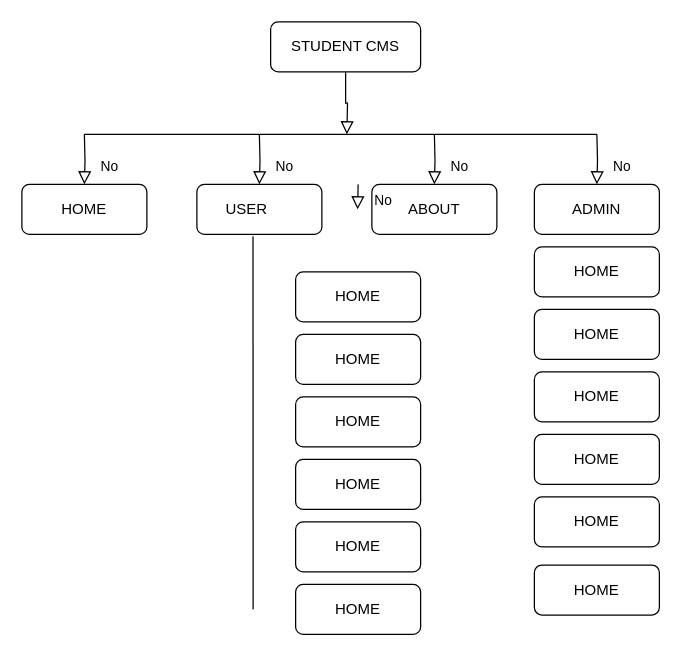
Collinsbrown7723/AduinoBank keeps this draw.io diagram as final_year_project_flow.drawio. Above is the earlier version. Source tidied: cells renumbered, new cells numbered last; positions are measured from the earlier drawing's top-left corner, leaving out a move shared by most shapes. Both pictures are drawn from the tidied source at 125%, with x=0, y=0 at pixel (21, 21).
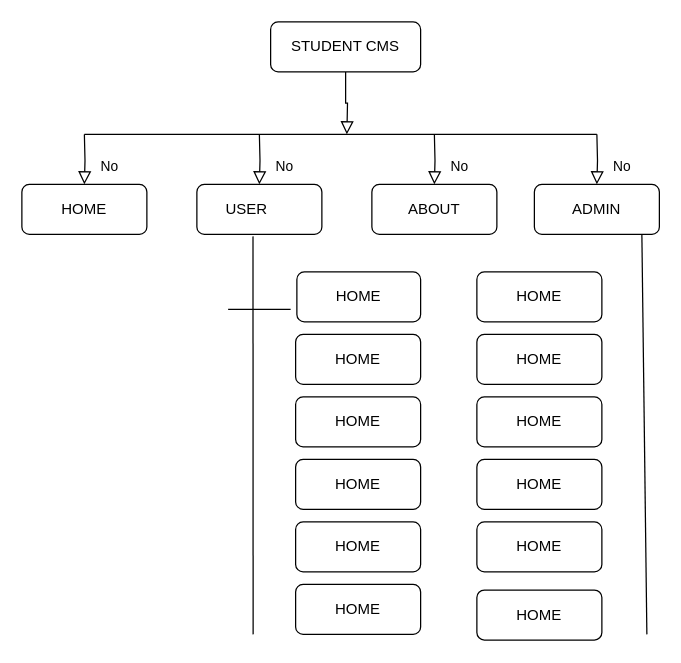
The same page after the edit.

Unchanged cells that the change refers to:
```xml
<mxCell id="6" value="USER&lt;span style=&quot;white-space: pre;&quot;&gt;&#9;&lt;/span&gt;" style="rounded=1;whiteSpace=wrap;html=1;" parent="1" vertex="1">
  <mxGeometry x="140" y="130" width="100" height="40" as="geometry" />
</mxCell>
```

Change to the diagram source:
```diff
@@
     <mxCell id="13" value="HOME" style="rounded=1;whiteSpace=wrap;html=1;" parent="1" vertex="1">
-      <mxGeometry x="219" y="200" width="100" height="40" as="geometry" />
+      <mxGeometry x="220" y="200" width="99" height="40" as="geometry" />
     </mxCell>
@@
     <mxCell id="19" value="HOME" style="rounded=1;whiteSpace=wrap;html=1;" parent="1" vertex="1">
-      <mxGeometry x="410" y="230" width="100" height="40" as="geometry" />
+      <mxGeometry x="364" y="250" width="100" height="40" as="geometry" />
     </mxCell>
     <mxCell id="20" value="HOME" style="rounded=1;whiteSpace=wrap;html=1;" parent="1" vertex="1">
-      <mxGeometry x="410" y="280" width="100" height="40" as="geometry" />
+      <mxGeometry x="364" y="300" width="100" height="40" as="geometry" />
     </mxCell>
     <mxCell id="21" value="HOME" style="rounded=1;whiteSpace=wrap;html=1;" parent="1" vertex="1">
-      <mxGeometry x="410" y="330" width="100" height="40" as="geometry" />
+      <mxGeometry x="364" y="350" width="100" height="40" as="geometry" />
     </mxCell>
     <mxCell id="22" value="HOME" style="rounded=1;whiteSpace=wrap;html=1;" parent="1" vertex="1">
-      <mxGeometry x="410" y="380" width="100" height="40" as="geometry" />
+      <mxGeometry x="364" y="400" width="100" height="40" as="geometry" />
     </mxCell>
     <mxCell id="23" value="HOME" style="rounded=1;whiteSpace=wrap;html=1;" parent="1" vertex="1">
-      <mxGeometry x="410" y="434.5" width="100" height="40" as="geometry" />
+      <mxGeometry x="364" y="454.5" width="100" height="40" as="geometry" />
     </mxCell>
     <mxCell id="24" value="HOME" style="rounded=1;whiteSpace=wrap;html=1;" parent="1" vertex="1">
-      <mxGeometry x="410" y="180" width="100" height="40" as="geometry" />
+      <mxGeometry x="364" y="200" width="100" height="40" as="geometry" />
     </mxCell>
-    <mxCell id="25" value="No" style="rounded=0;html=1;jettySize=auto;orthogonalLoop=1;fontSize=11;endArrow=block;endFill=0;endSize=8;strokeWidth=1;shadow=0;labelBackgroundColor=none;edgeStyle=orthogonalEdgeStyle;entryX=0.5;entryY=0;entryDx=0;entryDy=0;" parent="1" edge="1">
-      <mxGeometry x="0.33" y="20" relative="1" as="geometry">
-        <mxPoint x="269" y="130" as="sourcePoint" />
-        <mxPoint x="268.6" y="150" as="targetPoint" />
-        <Array as="points">
-          <mxPoint x="269" y="130" />
-          <mxPoint x="269" y="130" />
-        </Array>
-      </mxGeometry>
-    </mxCell>
     <mxCell id="26" style="endArrow=none;html=1;rounded=0;entryX=0.449;entryY=1.04;entryDx=0;entryDy=0;entryPerimeter=0;" parent="1" edge="1" target="6">
       <mxGeometry relative="1" as="geometry">
-        <mxPoint x="185" y="470" as="sourcePoint" />
+        <mxPoint x="185" y="490" as="sourcePoint" />
       </mxGeometry>
     </mxCell>
+    <mxCell id="27" style="endArrow=none;html=1;rounded=0;entryX=0.66;entryY=0.925;entryDx=0;entryDy=0;entryPerimeter=0;" parent="1" edge="1">
+      <mxGeometry relative="1" as="geometry">
+        <mxPoint x="500" y="490" as="sourcePoint" />
+        <mxPoint x="496" y="170" as="targetPoint" />
+      </mxGeometry>
+    </mxCell>
+    <mxCell id="28" style="endArrow=none;html=1;rounded=0;" parent="1" edge="1">
+      <mxGeometry relative="1" as="geometry">
+        <mxPoint x="165" y="230" as="sourcePoint" />
+        <mxPoint x="215" y="230" as="targetPoint" />
+      </mxGeometry>
+    </mxCell>
```
